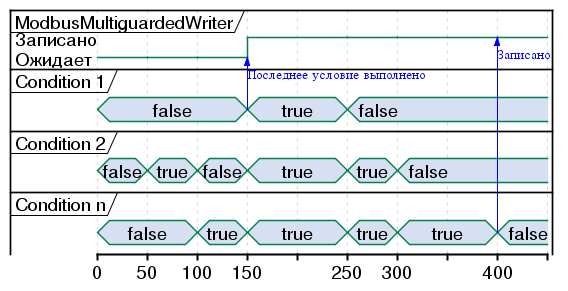
Above: Dissertation/images/modbus_multiguarded_writer.png in UlrichVonRekkenin/PhdLaTeX (PlantUML), before the change.
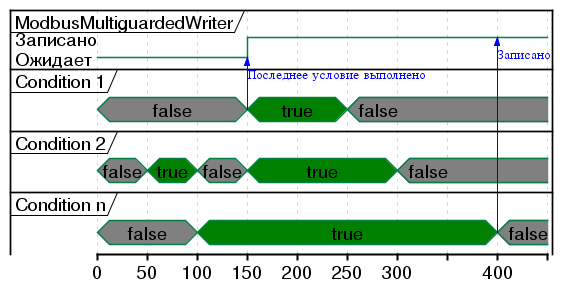
The same diagram one commit later.

The edit, as a diff of the source:
```diff
@@ -2,6 +2,8 @@
 scale 1.5
 skinparam {
     Dpi 300
+    PackageFontSize 20
+    arrowThickness 4
     DefaultFontSize 18
     ClassFontSize 28
     ClassAttributeFontSize 25
@@ -12,46 +14,30 @@
 concise "Condition 2" as cond2
 concise "Condition n" as condn
 
-@0
-cond1 is false
-cond2 is false
-condn is false
-guard is Ожидает
+cond1@150 -> guard@150 : Последнее условие выполнено
+condn@400 -> guard@400 : Записано
 
-@50
-cond2 is true
-guard is Ожидает
+@cond1
+0 is false #Gray
+150 is true #Green
+250 is false #Gray
 
-@100
-cond2 is false
-condn is true
-guard is Ожидает
+@cond2
+0 is false #Gray
+50 is true #Green
+100 is false #Gray
+150 is true #Green
+300 is false #Gray
 
+@condn
+0 is false #Gray
+100 is true #Green
+400 is false #Gray
 
-@150
-cond1 -> guard : Последнее условие выполнено
-cond1 is true
-cond2 is true
-condn is true
-guard is Записано
+@guard
+0 is Ожидает
+150 is Записано
 
-
-
-@250
-cond1 is false
-cond2 is true
-condn is true
-guard is Записано
-
-@300
-cond2 is false
-condn is true
-guard is Записано
-
-@400
-condn -> guard : Записано
-condn is false
-guard is Записано
-
+@+50
 
 @enduml
```
